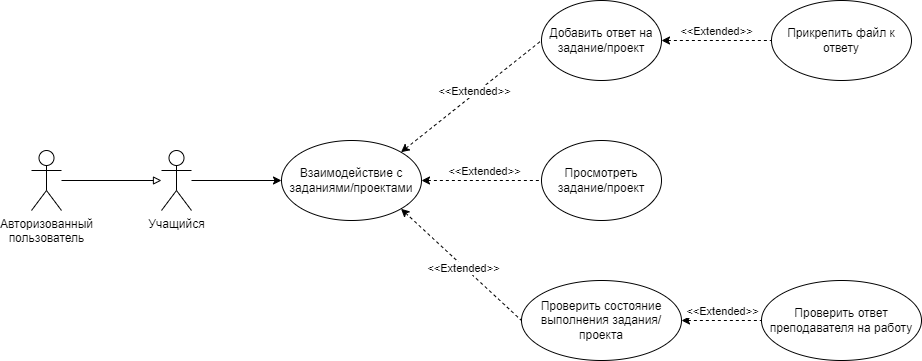
Above: Diagrams/Use Case Diagrams/Диаграмма прецедентов(Учащийся).png in daniilShestopalov/Group_project_on_programming-_technologies-ProjectPal- (draw.io), before the change. Source tidied: cells renumbered, new cells last; positions are measured from the earlier drawing's top-left corner, leaving out a move shared by most shapes.
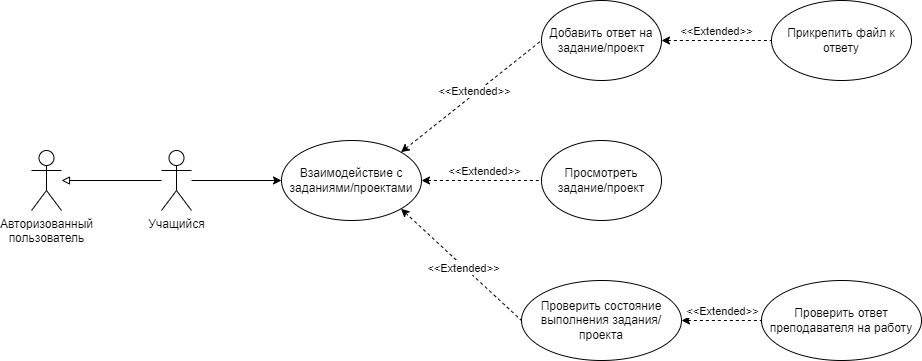
Later version of the same file.

The edit, as a diff of the source:
```diff
@@ -8,7 +8,7 @@
     <mxCell id="3" value="Учащийся" style="shape=umlActor;verticalLabelPosition=bottom;verticalAlign=top;html=1;outlineConnect=0;" parent="1" vertex="1">
       <mxGeometry x="130" y="150" width="30" height="60" as="geometry" />
     </mxCell>
-    <mxCell id="4" style="endArrow=block;html=1;rounded=0;endFill=0;" parent="1" edge="1" source="2" target="3">
+    <mxCell id="4" style="endArrow=block;html=1;rounded=0;endFill=0;" parent="1" edge="1" source="3" target="2">
       <mxGeometry relative="1" as="geometry" />
     </mxCell>
     <mxCell id="5" value="Взаимодействие с заданиями/проектами" style="ellipse;whiteSpace=wrap;html=1;" parent="1" vertex="1">
```
